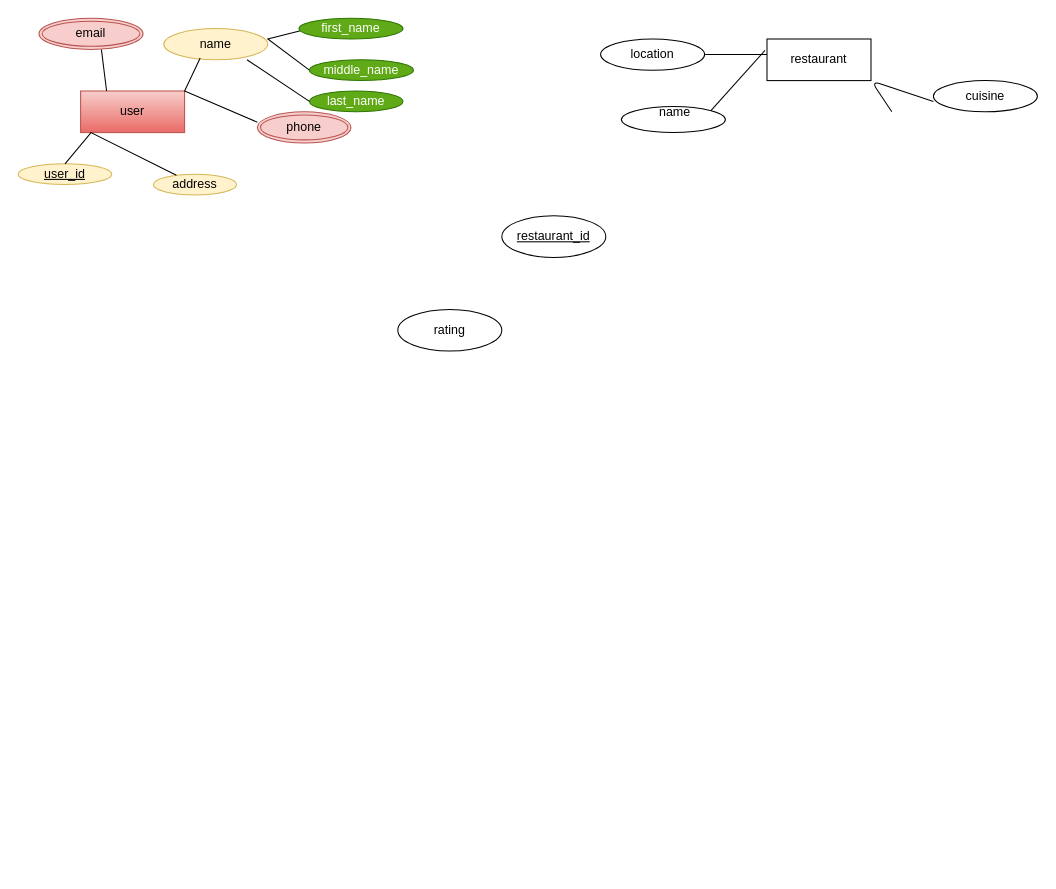
This is er db.drawio from Bethan-one/my-check, a draw.io file, before an edit. Source tidied: cells renumbered, new cells numbered last; positions are measured from the earlier drawing's top-left corner, leaving out a move shared by most shapes. Both pictures are drawn from the tidied source at 104%, with x=0, y=0 at pixel (18, 18).
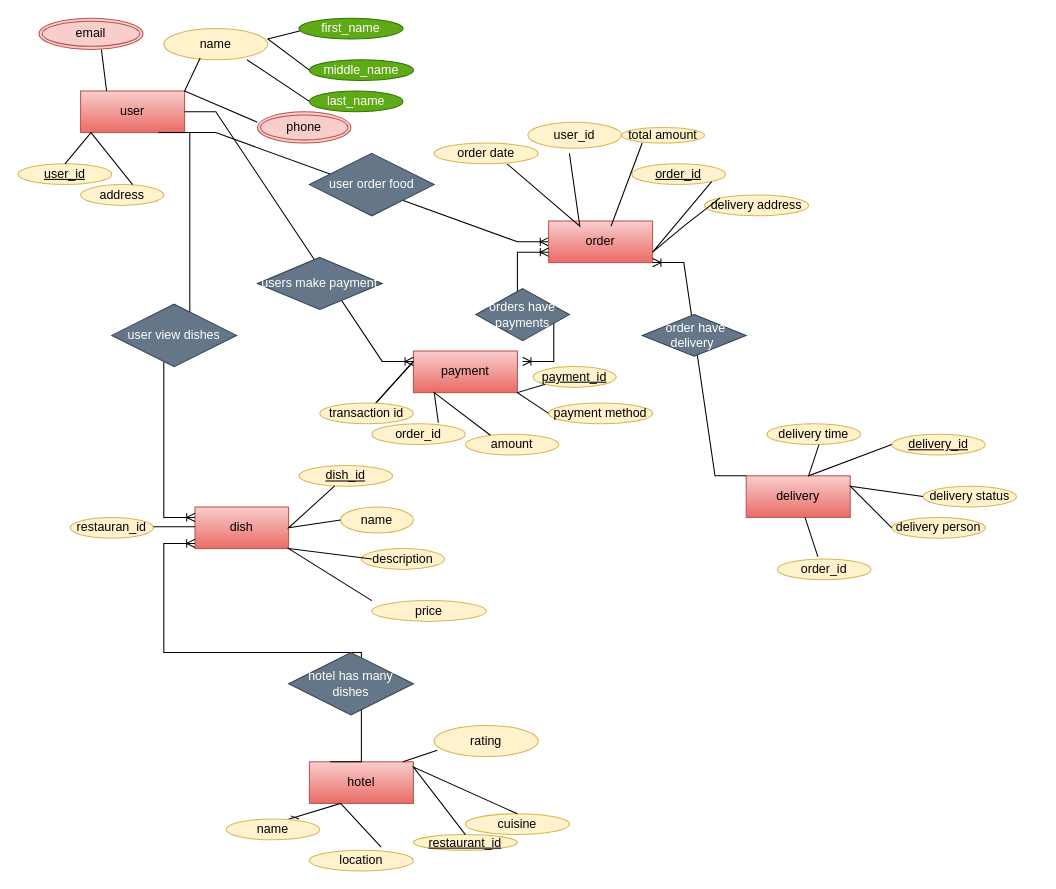
The same page after the edit.

The change refers to these unchanged cells:
```xml
<mxCell id="2" value="user" style="whiteSpace=wrap;html=1;align=center;rounded=0;fillColor=#f8cecc;strokeColor=#b85450;gradientColor=#ea6b66;" parent="1" vertex="1">
  <mxGeometry x="60" y="70" width="100" height="40" as="geometry" />
</mxCell>
<mxCell id="3" value="name" style="ellipse;whiteSpace=wrap;html=1;align=center;rounded=0;fillColor=#fff2cc;strokeColor=#d6b656;" parent="1" vertex="1">
  <mxGeometry x="140" y="10" width="100" height="30" as="geometry" />
</mxCell>
<mxCell id="4" value="user_id" style="ellipse;whiteSpace=wrap;html=1;align=center;fontStyle=4;rounded=0;fillColor=#fff2cc;strokeColor=#d6b656;" parent="1" vertex="1">
  <mxGeometry y="140" width="90" height="20" as="geometry" />
</mxCell>
<mxCell id="11" value="middle_name" style="ellipse;whiteSpace=wrap;html=1;align=center;rounded=0;fillColor=#60a917;fontColor=#ffffff;strokeColor=#2D7600;" parent="1" vertex="1">
  <mxGeometry x="280" y="40" width="100" height="20" as="geometry" />
</mxCell>
```

Change to the diagram source:
```diff
@@
+    <mxCell id="25" style="edgeStyle=entityRelationEdgeStyle;fontSize=12;html=1;endArrow=ERoneToMany;rounded=0;exitX=1;exitY=1;exitDx=0;exitDy=0;entryX=0;entryY=0.5;entryDx=0;entryDy=0;" parent="1" edge="1" source="2" target="29">
+      <mxGeometry relative="1" as="geometry">
+        <Array as="points">
+          <mxPoint x="360" y="90" />
+        </Array>
+      </mxGeometry>
+    </mxCell>
@@
     <mxCell id="5" value="address" style="ellipse;whiteSpace=wrap;html=1;align=center;rounded=0;fillColor=#fff2cc;strokeColor=#d6b656;" parent="1" vertex="1">
-      <mxGeometry x="130" y="150" width="80" height="20" as="geometry" />
+      <mxGeometry x="60" y="160" width="80" height="20" as="geometry" />
     </mxCell>
@@
-    <mxCell id="7" style="endArrow=none;html=1;rounded=0;entryX=0.35;entryY=0.94;entryDx=0;entryDy=0;entryPerimeter=0;" parent="1" edge="1" target="3">
-      <mxGeometry relative="1" as="geometry">
-        <mxPoint x="230" y="100" as="sourcePoint" />
-        <Array as="points">
-          <mxPoint x="160" y="70" />
-        </Array>
-      </mxGeometry>
-    </mxCell>
-    <mxCell id="8" style="endArrow=none;html=1;rounded=0;exitX=0.5;exitY=0;exitDx=0;exitDy=0;" parent="1" edge="1" source="4" target="5">
-      <mxGeometry relative="1" as="geometry">
-        <Array as="points">
-          <mxPoint x="70" y="110" />
-        </Array>
-      </mxGeometry>
-    </mxCell>
-    <mxCell id="9" style="endArrow=none;html=1;rounded=0;exitX=0;exitY=0.5;exitDx=0;exitDy=0;" parent="1" edge="1" source="11">
-      <mxGeometry relative="1" as="geometry">
-        <mxPoint x="280" y="10" as="targetPoint" />
-        <Array as="points">
-          <mxPoint x="240" y="20" />
-        </Array>
-      </mxGeometry>
-    </mxCell>
+    <mxCell id="26" style="endArrow=none;html=1;rounded=0;entryX=0.35;entryY=0.94;entryDx=0;entryDy=0;entryPerimeter=0;" parent="1" edge="1" target="3">
+      <mxGeometry relative="1" as="geometry">
+        <mxPoint x="230" y="100" as="sourcePoint" />
+        <Array as="points">
+          <mxPoint x="160" y="70" />
+        </Array>
+      </mxGeometry>
+    </mxCell>
+    <mxCell id="27" style="endArrow=none;html=1;rounded=0;exitX=0.5;exitY=0;exitDx=0;exitDy=0;" parent="1" edge="1" source="4">
+      <mxGeometry relative="1" as="geometry">
+        <mxPoint x="110" y="160" as="targetPoint" />
+        <Array as="points">
+          <mxPoint x="70" y="110" />
+        </Array>
+      </mxGeometry>
+    </mxCell>
+    <mxCell id="28" style="endArrow=none;html=1;rounded=0;exitX=0;exitY=0.5;exitDx=0;exitDy=0;" parent="1" edge="1" source="11">
+      <mxGeometry relative="1" as="geometry">
+        <mxPoint x="280" y="10" as="targetPoint" />
+        <Array as="points">
+          <mxPoint x="240" y="20" />
+        </Array>
+      </mxGeometry>
+    </mxCell>
@@
-    <mxCell id="16" value="restaurant" style="whiteSpace=wrap;html=1;align=center;" parent="1" vertex="1">
-      <mxGeometry x="720" y="20" width="100" height="40" as="geometry" />
-    </mxCell>
+    <mxCell id="29" value="order" style="whiteSpace=wrap;html=1;align=center;fillColor=#f8cecc;gradientColor=#ea6b66;strokeColor=#b85450;" parent="1" vertex="1">
+      <mxGeometry x="510" y="195" width="100" height="40" as="geometry" />
+    </mxCell>
+    <mxCell id="30" value="order_id" style="ellipse;whiteSpace=wrap;html=1;align=center;fontStyle=4;fillColor=#fff2cc;strokeColor=#d6b656;" parent="1" vertex="1">
+      <mxGeometry x="590" y="140" width="90" height="20" as="geometry" />
+    </mxCell>
+    <mxCell id="31" value="user_id" style="ellipse;whiteSpace=wrap;html=1;align=center;fillColor=#fff2cc;strokeColor=#d6b656;" parent="1" vertex="1">
+      <mxGeometry x="490" y="100" width="90" height="25" as="geometry" />
+    </mxCell>
+    <mxCell id="32" value="order date" style="ellipse;whiteSpace=wrap;html=1;align=center;fillColor=#fff2cc;strokeColor=#d6b656;" parent="1" vertex="1">
+      <mxGeometry x="400" y="120" width="100" height="20" as="geometry" />
+    </mxCell>
+    <mxCell id="33" value="total amount" style="ellipse;whiteSpace=wrap;html=1;align=center;fillColor=#fff2cc;strokeColor=#d6b656;" parent="1" vertex="1">
+      <mxGeometry x="580" y="105" width="80" height="15" as="geometry" />
+    </mxCell>
+    <mxCell id="34" value="delivery address" style="ellipse;whiteSpace=wrap;html=1;align=center;fillColor=#fff2cc;strokeColor=#d6b656;" parent="1" vertex="1">
+      <mxGeometry x="660" y="170" width="100" height="20" as="geometry" />
+    </mxCell>
+    <mxCell id="35" style="endArrow=none;html=1;rounded=0;entryX=0;entryY=0;entryDx=0;entryDy=0;exitX=1;exitY=1;exitDx=0;exitDy=0;" parent="1" edge="1" source="30" target="34">
+      <mxGeometry relative="1" as="geometry">
+        <Array as="points">
+          <mxPoint x="610" y="225" />
+          <mxPoint x="640" y="200" />
+        </Array>
+      </mxGeometry>
+    </mxCell>
+    <mxCell id="36" style="endArrow=none;html=1;rounded=0;" parent="1" edge="1">
+      <mxGeometry relative="1" as="geometry">
+        <mxPoint x="530" y="130" as="sourcePoint" />
+        <mxPoint x="470" y="140" as="targetPoint" />
+        <Array as="points">
+          <mxPoint x="540" y="200" />
+        </Array>
+      </mxGeometry>
+    </mxCell>
+    <mxCell id="37" value="user order food" style="shape=rhombus;perimeter=rhombusPerimeter;whiteSpace=wrap;html=1;align=center;fillColor=#647687;fontColor=#ffffff;strokeColor=#314354;" parent="1" vertex="1">
+      <mxGeometry x="280" y="130" width="120" height="60" as="geometry" />
+    </mxCell>
+    <mxCell id="38" value="dish" style="whiteSpace=wrap;html=1;align=center;fillColor=#f8cecc;gradientColor=#ea6b66;strokeColor=#b85450;" parent="1" vertex="1">
+      <mxGeometry x="170" y="470" width="90" height="40" as="geometry" />
+    </mxCell>
+    <mxCell id="39" value="dish_id" style="ellipse;whiteSpace=wrap;html=1;align=center;fontStyle=4;fillColor=#fff2cc;strokeColor=#d6b656;" parent="1" vertex="1">
+      <mxGeometry x="270" y="430" width="90" height="20" as="geometry" />
+    </mxCell>
+    <mxCell id="40" value="restauran_id" style="ellipse;whiteSpace=wrap;html=1;align=center;fillColor=#fff2cc;strokeColor=#d6b656;" parent="1" vertex="1">
+      <mxGeometry x="50" y="480" width="80" height="20" as="geometry" />
+    </mxCell>
+    <mxCell id="41" value="name" style="ellipse;whiteSpace=wrap;html=1;align=center;fillColor=#fff2cc;strokeColor=#d6b656;" parent="1" vertex="1">
+      <mxGeometry x="310" y="470" width="70" height="25" as="geometry" />
+    </mxCell>
+    <mxCell id="42" value="price" style="ellipse;whiteSpace=wrap;html=1;align=center;fillColor=#fff2cc;strokeColor=#d6b656;" parent="1" vertex="1">
+      <mxGeometry x="340" y="560" width="110" height="20" as="geometry" />
+    </mxCell>
+    <mxCell id="43" value="description" style="ellipse;whiteSpace=wrap;html=1;align=center;fillColor=#fff2cc;strokeColor=#d6b656;" parent="1" vertex="1">
+      <mxGeometry x="330" y="510" width="80" height="20" as="geometry" />
+    </mxCell>
+    <mxCell id="44" style="endArrow=none;html=1;rounded=0;exitX=0;exitY=0.5;exitDx=0;exitDy=0;" parent="1" edge="1" source="41" target="39">
+      <mxGeometry relative="1" as="geometry">
+        <Array as="points">
+          <mxPoint x="260" y="490" />
+        </Array>
+      </mxGeometry>
+    </mxCell>
+    <mxCell id="45" style="endArrow=none;html=1;rounded=0;" parent="1" edge="1">
+      <mxGeometry relative="1" as="geometry">
+        <mxPoint x="340" y="520" as="sourcePoint" />
+        <mxPoint x="340" y="560" as="targetPoint" />
+        <Array as="points">
+          <mxPoint x="260" y="510" />
+        </Array>
+      </mxGeometry>
+    </mxCell>
+    <mxCell id="46" style="endArrow=none;html=1;rounded=0;" parent="1" edge="1">
+      <mxGeometry relative="1" as="geometry">
+        <mxPoint x="130" y="489" as="sourcePoint" />
+        <mxPoint x="170" y="489" as="targetPoint" />
+      </mxGeometry>
+    </mxCell>
+    <mxCell id="47" style="edgeStyle=entityRelationEdgeStyle;fontSize=12;html=1;endArrow=ERoneToMany;rounded=0;exitX=0.75;exitY=1;exitDx=0;exitDy=0;entryX=0;entryY=0.25;entryDx=0;entryDy=0;" parent="1" edge="1" source="2" target="38">
+      <mxGeometry relative="1" as="geometry">
+        <Array as="points">
+          <mxPoint x="160" y="120" />
+          <mxPoint x="141" y="110" />
+          <mxPoint x="165" y="470" />
+          <mxPoint x="160" y="470" />
+        </Array>
+      </mxGeometry>
+    </mxCell>
+    <mxCell id="48" value="user view dishes" style="shape=rhombus;perimeter=rhombusPerimeter;whiteSpace=wrap;html=1;align=center;fillColor=#647687;fontColor=#ffffff;strokeColor=#314354;" parent="1" vertex="1">
+      <mxGeometry x="90" y="275" width="120" height="60" as="geometry" />
+    </mxCell>
+    <mxCell id="49" style="edgeStyle=entityRelationEdgeStyle;fontSize=12;html=1;endArrow=ERoneToMany;startArrow=ERoneToMany;rounded=0;exitX=1;exitY=0;exitDx=0;exitDy=0;entryX=0;entryY=0.75;entryDx=0;entryDy=0;" parent="1" edge="1" target="29">
+      <mxGeometry relative="1" as="geometry">
+        <mxPoint x="485" y="330" as="sourcePoint" />
+      </mxGeometry>
+    </mxCell>
+    <mxCell id="50" value="payment" style="whiteSpace=wrap;html=1;align=center;fillColor=#f8cecc;gradientColor=#ea6b66;strokeColor=#b85450;" parent="1" vertex="1">
+      <mxGeometry x="380" y="320" width="100" height="40" as="geometry" />
+    </mxCell>
+    <mxCell id="51" value="payment_id" style="ellipse;whiteSpace=wrap;html=1;align=center;fontStyle=4;fillColor=#fff2cc;strokeColor=#d6b656;" parent="1" vertex="1">
+      <mxGeometry x="495" y="335" width="80" height="20" as="geometry" />
+    </mxCell>
+    <mxCell id="52" value="order_id" style="ellipse;whiteSpace=wrap;html=1;align=center;fillColor=#fff2cc;strokeColor=#d6b656;" parent="1" vertex="1">
+      <mxGeometry x="340" y="390" width="90" height="20" as="geometry" />
+    </mxCell>
+    <mxCell id="53" value="payment method" style="ellipse;whiteSpace=wrap;html=1;align=center;fillColor=#fff2cc;strokeColor=#d6b656;" parent="1" vertex="1">
+      <mxGeometry x="510" y="370" width="100" height="20" as="geometry" />
+    </mxCell>
+    <mxCell id="54" value="amount" style="ellipse;whiteSpace=wrap;html=1;align=center;fillColor=#fff2cc;strokeColor=#d6b656;" parent="1" vertex="1">
+      <mxGeometry x="430" y="400" width="90" height="20" as="geometry" />
+    </mxCell>
+    <mxCell id="55" style="endArrow=none;html=1;rounded=0;entryX=0;entryY=1;entryDx=0;entryDy=0;exitX=0;exitY=0.5;exitDx=0;exitDy=0;" parent="1" edge="1" source="53" target="51">
+      <mxGeometry relative="1" as="geometry">
+        <Array as="points">
+          <mxPoint x="480" y="360" />
+        </Array>
+      </mxGeometry>
+    </mxCell>
+    <mxCell id="56" style="endArrow=none;html=1;rounded=0;exitX=0.711;exitY=-0.05;exitDx=0;exitDy=0;exitPerimeter=0;entryX=0.267;entryY=0.05;entryDx=0;entryDy=0;entryPerimeter=0;" parent="1" edge="1" source="52" target="54">
+      <mxGeometry relative="1" as="geometry">
+        <Array as="points">
+          <mxPoint x="400" y="360" />
+        </Array>
+      </mxGeometry>
+    </mxCell>
+    <mxCell id="57" style="endArrow=none;html=1;rounded=0;" parent="1" edge="1" source="59">
+      <mxGeometry relative="1" as="geometry">
+        <mxPoint x="380" y="330" as="targetPoint" />
+        <Array as="points">
+          <mxPoint x="380" y="330" />
+        </Array>
+      </mxGeometry>
+    </mxCell>
+    <mxCell id="58" style="endArrow=none;html=1;rounded=0;exitX=0;exitY=0.25;exitDx=0;exitDy=0;" parent="1" edge="1" source="50" target="59">
+      <mxGeometry relative="1" as="geometry" />
+    </mxCell>
+    <mxCell id="59" value="transaction id" style="ellipse;whiteSpace=wrap;html=1;align=center;fillColor=#fff2cc;strokeColor=#d6b656;" parent="1" vertex="1">
+      <mxGeometry x="290" y="370" width="90" height="20" as="geometry" />
+    </mxCell>
+    <mxCell id="60" value="orders have payments" style="shape=rhombus;perimeter=rhombusPerimeter;whiteSpace=wrap;html=1;align=center;fillColor=#647687;fontColor=#ffffff;strokeColor=#314354;" parent="1" vertex="1">
+      <mxGeometry x="440" y="260" width="90" height="50" as="geometry" />
+    </mxCell>
+    <mxCell id="61" style="edgeStyle=entityRelationEdgeStyle;fontSize=12;html=1;endArrow=ERoneToMany;rounded=0;entryX=0;entryY=0;entryDx=0;entryDy=0;exitX=1;exitY=0.5;exitDx=0;exitDy=0;" parent="1" edge="1" source="2">
+      <mxGeometry relative="1" as="geometry">
+        <mxPoint x="380" y="330" as="targetPoint" />
+      </mxGeometry>
+    </mxCell>
+    <mxCell id="62" value="users make payment" style="shape=rhombus;perimeter=rhombusPerimeter;whiteSpace=wrap;html=1;align=center;fillColor=#647687;fontColor=#ffffff;strokeColor=#314354;" parent="1" vertex="1">
+      <mxGeometry x="230" y="230" width="120" height="50" as="geometry" />
+    </mxCell>
+    <mxCell id="63" value="delivery status" style="ellipse;whiteSpace=wrap;html=1;align=center;fillColor=#fff2cc;strokeColor=#d6b656;" parent="1" vertex="1">
+      <mxGeometry x="870" y="450" width="90" height="20" as="geometry" />
+    </mxCell>
+    <mxCell id="64" value="delivery" style="whiteSpace=wrap;html=1;align=center;fillColor=#f8cecc;gradientColor=#ea6b66;strokeColor=#b85450;" parent="1" vertex="1">
+      <mxGeometry x="700" y="440" width="100" height="40" as="geometry" />
+    </mxCell>
+    <mxCell id="65" value="delivery_id" style="ellipse;whiteSpace=wrap;html=1;align=center;fontStyle=4;fillColor=#fff2cc;strokeColor=#d6b656;" parent="1" vertex="1">
+      <mxGeometry x="840" y="400" width="90" height="20" as="geometry" />
+    </mxCell>
+    <mxCell id="66" value="order_id" style="ellipse;whiteSpace=wrap;html=1;align=center;fillColor=#fff2cc;strokeColor=#d6b656;" parent="1" vertex="1">
+      <mxGeometry x="730" y="520" width="90" height="20" as="geometry" />
+    </mxCell>
+    <mxCell id="67" value="delivery person" style="ellipse;whiteSpace=wrap;html=1;align=center;fillColor=#fff2cc;strokeColor=#d6b656;" parent="1" vertex="1">
+      <mxGeometry x="840" y="480" width="90" height="20" as="geometry" />
+    </mxCell>
+    <mxCell id="68" value="delivery time" style="ellipse;whiteSpace=wrap;html=1;align=center;fillColor=#fff2cc;strokeColor=#d6b656;" parent="1" vertex="1">
+      <mxGeometry x="720" y="390" width="90" height="20" as="geometry" />
+    </mxCell>
+    <mxCell id="69" style="endArrow=none;html=1;rounded=0;" parent="1" edge="1">
+      <mxGeometry relative="1" as="geometry">
+        <mxPoint x="770" y="410" as="sourcePoint" />
+        <mxPoint x="840" y="410" as="targetPoint" />
+        <Array as="points">
+          <mxPoint x="760" y="440" />
+        </Array>
+      </mxGeometry>
+    </mxCell>
+    <mxCell id="70" style="endArrow=none;html=1;rounded=0;" parent="1" edge="1">
+      <mxGeometry relative="1" as="geometry">
+        <mxPoint x="870" y="460" as="sourcePoint" />
+        <mxPoint x="840" y="490" as="targetPoint" />
+        <Array as="points">
+          <mxPoint x="800" y="450" />
+        </Array>
+      </mxGeometry>
+    </mxCell>
+    <mxCell id="71" style="endArrow=none;html=1;rounded=0;exitX=0.433;exitY=-0.1;exitDx=0;exitDy=0;exitPerimeter=0;" parent="1" edge="1" source="66" target="64">
+      <mxGeometry relative="1" as="geometry" />
+    </mxCell>
+    <mxCell id="72" style="edgeStyle=entityRelationEdgeStyle;fontSize=12;html=1;endArrow=ERoneToMany;rounded=0;exitX=0;exitY=0;exitDx=0;exitDy=0;entryX=1;entryY=1;entryDx=0;entryDy=0;" parent="1" edge="1" source="64" target="29">
+      <mxGeometry relative="1" as="geometry">
+        <Array as="points">
+          <mxPoint x="750" y="200" />
+          <mxPoint x="940" y="320" />
+          <mxPoint x="710" y="230" />
+          <mxPoint x="800" y="330" />
+          <mxPoint x="800" y="270" />
+        </Array>
+      </mxGeometry>
+    </mxCell>
+    <mxCell id="73" style="endArrow=none;html=1;rounded=0;" parent="1" edge="1">
+      <mxGeometry relative="1" as="geometry">
+        <mxPoint x="570" y="200" as="sourcePoint" />
+        <mxPoint x="570" y="200" as="targetPoint" />
+        <Array as="points">
+          <mxPoint x="600" y="120" />
+        </Array>
+      </mxGeometry>
+    </mxCell>
+    <mxCell id="74" value="&amp;nbsp;order have delivery&amp;nbsp;" style="shape=rhombus;perimeter=rhombusPerimeter;whiteSpace=wrap;html=1;align=center;fillColor=#647687;fontColor=#ffffff;strokeColor=#314354;" parent="1" vertex="1">
+      <mxGeometry x="600" y="285" width="100" height="40" as="geometry" />
+    </mxCell>
+    <mxCell id="75" value="hotel" style="whiteSpace=wrap;html=1;align=center;fillColor=#f8cecc;gradientColor=#ea6b66;strokeColor=#b85450;" parent="1" vertex="1">
+      <mxGeometry x="280" y="715" width="100" height="40" as="geometry" />
+    </mxCell>
-    <mxCell id="17" value="restaurant_id" style="ellipse;whiteSpace=wrap;html=1;align=center;fontStyle=4;" parent="1" vertex="1">
-      <mxGeometry x="465" y="190" width="100" height="40" as="geometry" />
+    <mxCell id="17" value="restaurant_id" style="ellipse;whiteSpace=wrap;html=1;align=center;fontStyle=4;fillColor=#fff2cc;strokeColor=#d6b656;" parent="1" vertex="1">
+      <mxGeometry x="380" y="785" width="100" height="15" as="geometry" />
     </mxCell>
-    <mxCell id="18" value="&amp;nbsp;name&lt;div&gt;&lt;br&gt;&lt;/div&gt;" style="ellipse;whiteSpace=wrap;html=1;align=center;" parent="1" vertex="1">
-      <mxGeometry x="580" y="85" width="100" height="25" as="geometry" />
-    </mxCell>
-    <mxCell id="19" value="location" style="ellipse;whiteSpace=wrap;html=1;align=center;" parent="1" vertex="1">
-      <mxGeometry x="560" y="20" width="100" height="30" as="geometry" />
+    <mxCell id="19" value="location" style="ellipse;whiteSpace=wrap;html=1;align=center;fillColor=#fff2cc;strokeColor=#d6b656;" parent="1" vertex="1">
+      <mxGeometry x="280" y="800" width="100" height="20" as="geometry" />
     </mxCell>
-    <mxCell id="20" value="rating" style="ellipse;whiteSpace=wrap;html=1;align=center;" parent="1" vertex="1">
-      <mxGeometry x="365" y="280" width="100" height="40" as="geometry" />
+    <mxCell id="20" value="rating" style="ellipse;whiteSpace=wrap;html=1;align=center;fillColor=#fff2cc;strokeColor=#d6b656;" parent="1" vertex="1">
+      <mxGeometry x="400" y="680" width="100" height="30" as="geometry" />
     </mxCell>
-    <mxCell id="21" value="cuisine" style="ellipse;whiteSpace=wrap;html=1;align=center;" parent="1" vertex="1">
-      <mxGeometry x="880" y="60" width="100" height="30" as="geometry" />
+    <mxCell id="21" value="cuisine" style="ellipse;whiteSpace=wrap;html=1;align=center;fillColor=#fff2cc;strokeColor=#d6b656;" parent="1" vertex="1">
+      <mxGeometry x="430" y="765" width="100" height="20" as="geometry" />
     </mxCell>
-    <mxCell id="22" style="line;strokeWidth=1;dashed=0;labelPosition=right;align=left;verticalAlign=middle;spacingTop=0;spacingLeft=6;points=[];portConstraint=eastwest;" parent="1" vertex="1">
-      <mxGeometry x="660" y="30" width="60" height="10" as="geometry" />
-    </mxCell>
-    <mxCell id="23" style="endArrow=none;html=1;entryX=0.967;entryY=0.1;entryDx=0;entryDy=0;entryPerimeter=0;exitX=1;exitY=0;exitDx=0;exitDy=0;" parent="1" edge="1" source="18" target="22">
-      <mxGeometry relative="1" as="geometry" />
-    </mxCell>
-    <mxCell id="24" style="endArrow=none;html=1;" parent="1" edge="1">
-      <mxGeometry relative="1" as="geometry">
-        <mxPoint x="880" y="80" as="sourcePoint" />
-        <mxPoint x="840" y="90" as="targetPoint" />
-        <Array as="points">
-          <mxPoint x="820" y="60" />
-        </Array>
-      </mxGeometry>
-    </mxCell>
+    <mxCell id="76" style="endArrow=none;html=1;rounded=0;entryX=0.03;entryY=0.8;entryDx=0;entryDy=0;entryPerimeter=0;" parent="1" edge="1" target="20">
+      <mxGeometry relative="1" as="geometry">
+        <mxPoint x="370" y="715" as="sourcePoint" />
+      </mxGeometry>
+    </mxCell>
+    <mxCell id="77" style="endArrow=none;html=1;rounded=0;exitX=0.5;exitY=0;exitDx=0;exitDy=0;entryX=0.5;entryY=0;entryDx=0;entryDy=0;" parent="1" edge="1" source="21" target="17">
+      <mxGeometry relative="1" as="geometry">
+        <Array as="points">
+          <mxPoint x="380" y="720" />
+        </Array>
+      </mxGeometry>
+    </mxCell>
+    <mxCell id="78" style="endArrow=none;html=1;rounded=0;entryX=0.69;entryY=-0.15;entryDx=0;entryDy=0;entryPerimeter=0;" parent="1" edge="1" source="80" target="19">
+      <mxGeometry relative="1" as="geometry">
+        <Array as="points">
+          <mxPoint x="260" y="770" />
+          <mxPoint x="310" y="755" />
+        </Array>
+      </mxGeometry>
+    </mxCell>
+    <mxCell id="79" style="endArrow=none;html=1;rounded=0;entryX=0.69;entryY=-0.15;entryDx=0;entryDy=0;entryPerimeter=0;" parent="1" edge="1" target="80">
+      <mxGeometry relative="1" as="geometry">
+        <mxPoint x="270" y="770" as="sourcePoint" />
+      </mxGeometry>
+    </mxCell>
+    <mxCell id="80" value="name" style="ellipse;whiteSpace=wrap;html=1;align=center;fillColor=#fff2cc;strokeColor=#d6b656;" parent="1" vertex="1">
+      <mxGeometry x="200" y="770" width="90" height="20" as="geometry" />
+    </mxCell>
+    <mxCell id="81" style="edgeStyle=entityRelationEdgeStyle;fontSize=12;html=1;endArrow=ERoneToMany;rounded=0;" parent="1" edge="1">
+      <mxGeometry relative="1" as="geometry">
+        <mxPoint x="300" y="715" as="sourcePoint" />
+        <mxPoint x="170" y="505" as="targetPoint" />
+        <Array as="points">
+          <mxPoint x="310" y="725" />
+        </Array>
+      </mxGeometry>
+    </mxCell>
+    <mxCell id="82" value="hotel has many dishes" style="shape=rhombus;perimeter=rhombusPerimeter;whiteSpace=wrap;html=1;align=center;fillColor=#647687;fontColor=#ffffff;strokeColor=#314354;" parent="1" vertex="1">
+      <mxGeometry x="260" y="610" width="120" height="60" as="geometry" />
+    </mxCell>
```
